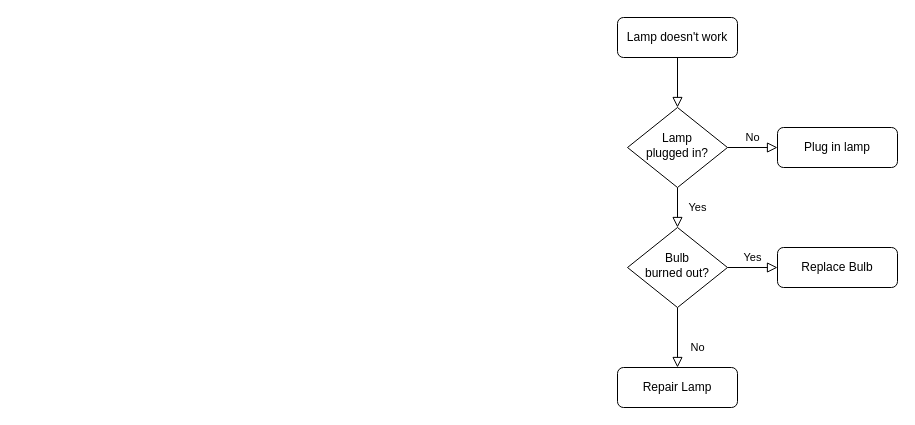
The draw.io diagram Product-licencing.drawio in GAndanje/product-licensing, before the edit. Source tidied: cells renumbered, new cells numbered last; positions are measured from the earlier drawing's top-left corner, leaving out a move shared by most shapes. Both pictures are drawn from the tidied source at 100%, with x=0, y=0 at pixel (617, 17).
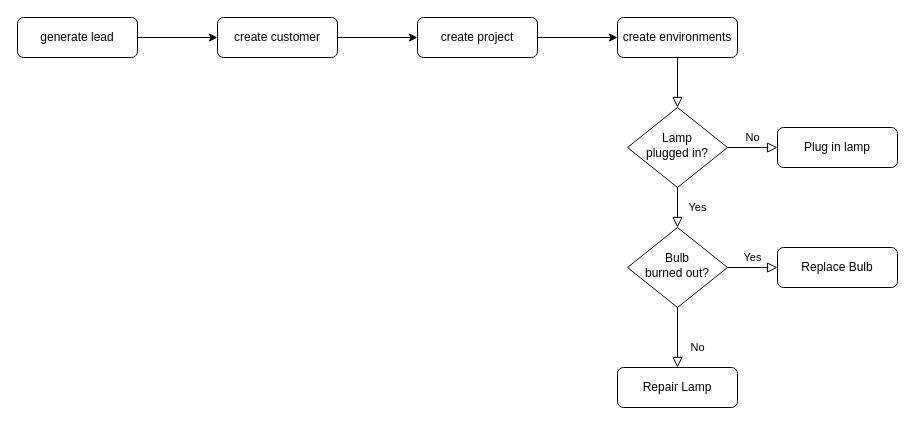
Above is the later version.

Diff of the diagram source:
```diff
@@
 <mxGraphModel>
   <root>
     <mxCell id="0" />
     <mxCell id="1" parent="0" />
     <mxCell id="2" style="rounded=0;html=1;jettySize=auto;fontSize=11;endArrow=block;endFill=0;endSize=8;strokeWidth=1;shadow=0;labelBackgroundColor=none;edgeStyle=orthogonalEdgeStyle;" parent="1" edge="1" source="3" target="6">
       <mxGeometry relative="1" as="geometry" />
     </mxCell>
-    <mxCell id="3" value="Lamp doesn't work" style="rounded=1;whiteSpace=wrap;html=1;fontSize=12;glass=0;strokeWidth=1;shadow=0;" parent="1" vertex="1">
+    <mxCell id="3" value="create environments" style="rounded=1;whiteSpace=wrap;html=1;fontSize=12;glass=0;strokeWidth=1;shadow=0;" parent="1" vertex="1">
       <mxGeometry width="120" height="40" as="geometry" />
     </mxCell>
     <mxCell id="4" value="Yes" style="rounded=0;html=1;jettySize=auto;fontSize=11;endArrow=block;endFill=0;endSize=8;strokeWidth=1;shadow=0;labelBackgroundColor=none;edgeStyle=orthogonalEdgeStyle;" parent="1" edge="1" source="6" target="10">
       <mxGeometry y="20" relative="1" as="geometry" />
     </mxCell>
     <mxCell id="5" value="No" style="edgeStyle=orthogonalEdgeStyle;rounded=0;html=1;jettySize=auto;fontSize=11;endArrow=block;endFill=0;endSize=8;strokeWidth=1;shadow=0;labelBackgroundColor=none;" parent="1" edge="1" source="6" target="7">
       <mxGeometry y="10" relative="1" as="geometry" />
     </mxCell>
     <mxCell id="6" value="Lamp&lt;br&gt;plugged in?" style="rhombus;whiteSpace=wrap;html=1;shadow=0;fontFamily=Helvetica;fontSize=12;align=center;strokeWidth=1;spacing=6;spacingTop=-4;" parent="1" vertex="1">
       <mxGeometry x="10" y="90" width="100" height="80" as="geometry" />
     </mxCell>
     <mxCell id="7" value="Plug in lamp" style="rounded=1;whiteSpace=wrap;html=1;fontSize=12;glass=0;strokeWidth=1;shadow=0;" parent="1" vertex="1">
       <mxGeometry x="160" y="110" width="120" height="40" as="geometry" />
     </mxCell>
     <mxCell id="8" value="No" style="rounded=0;html=1;jettySize=auto;fontSize=11;endArrow=block;endFill=0;endSize=8;strokeWidth=1;shadow=0;labelBackgroundColor=none;edgeStyle=orthogonalEdgeStyle;" parent="1" edge="1" source="10" target="11">
       <mxGeometry x="0.33" y="20" relative="1" as="geometry" />
     </mxCell>
     <mxCell id="9" value="Yes" style="edgeStyle=orthogonalEdgeStyle;rounded=0;html=1;jettySize=auto;fontSize=11;endArrow=block;endFill=0;endSize=8;strokeWidth=1;shadow=0;labelBackgroundColor=none;" parent="1" edge="1" source="10" target="12">
       <mxGeometry y="10" relative="1" as="geometry" />
     </mxCell>
     <mxCell id="10" value="Bulb&lt;br&gt;burned out?" style="rhombus;whiteSpace=wrap;html=1;shadow=0;fontFamily=Helvetica;fontSize=12;align=center;strokeWidth=1;spacing=6;spacingTop=-4;" parent="1" vertex="1">
       <mxGeometry x="10" y="210" width="100" height="80" as="geometry" />
     </mxCell>
     <mxCell id="11" value="Repair Lamp" style="rounded=1;whiteSpace=wrap;html=1;fontSize=12;glass=0;strokeWidth=1;shadow=0;" parent="1" vertex="1">
       <mxGeometry y="350" width="120" height="40" as="geometry" />
     </mxCell>
     <mxCell id="12" value="Replace Bulb" style="rounded=1;whiteSpace=wrap;html=1;fontSize=12;glass=0;strokeWidth=1;shadow=0;" parent="1" vertex="1">
       <mxGeometry x="160" y="230" width="120" height="40" as="geometry" />
     </mxCell>
+    <mxCell id="13" style="edgeStyle=orthogonalEdgeStyle;rounded=0;jettySize=auto;html=1;" parent="1" edge="1" source="14" target="3">
+      <mxGeometry relative="1" as="geometry" />
+    </mxCell>
+    <mxCell id="14" value="create project" style="rounded=1;whiteSpace=wrap;html=1;fontSize=12;glass=0;strokeWidth=1;shadow=0;" parent="1" vertex="1">
+      <mxGeometry x="-200" width="120" height="40" as="geometry" />
+    </mxCell>
+    <mxCell id="15" style="edgeStyle=orthogonalEdgeStyle;rounded=0;jettySize=auto;html=1;" parent="1" edge="1" source="16" target="14">
+      <mxGeometry relative="1" as="geometry" />
+    </mxCell>
+    <mxCell id="16" value="create customer" style="rounded=1;whiteSpace=wrap;html=1;fontSize=12;glass=0;strokeWidth=1;shadow=0;" parent="1" vertex="1">
+      <mxGeometry x="-400" width="120" height="40" as="geometry" />
+    </mxCell>
+    <mxCell id="17" style="edgeStyle=orthogonalEdgeStyle;rounded=0;jettySize=auto;html=1;" parent="1" edge="1" source="18" target="16">
+      <mxGeometry relative="1" as="geometry" />
+    </mxCell>
+    <mxCell id="18" value="generate lead" style="rounded=1;whiteSpace=wrap;html=1;fontSize=12;glass=0;strokeWidth=1;shadow=0;" parent="1" vertex="1">
+      <mxGeometry x="-600" width="120" height="40" as="geometry" />
+    </mxCell>
   </root>
 </mxGraphModel>
```
